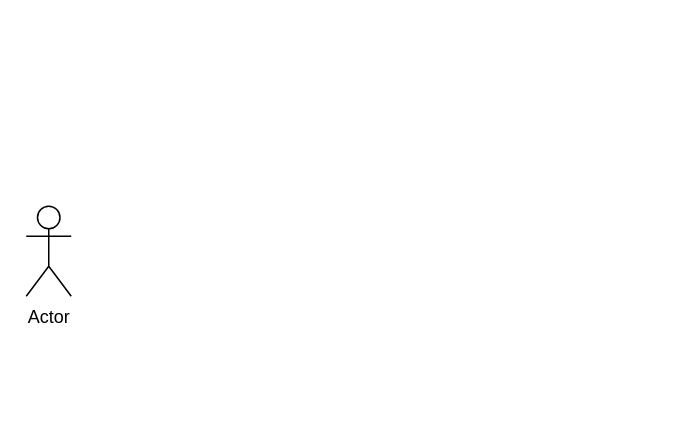
XingxingLiao/TEST keeps this draw.io diagram as Requirement_UseCase_Diagram.drawio. Above is the earlier version. Source tidied: cells renumbered, new cells numbered last; positions are measured from the earlier drawing's top-left corner, leaving out a move shared by most shapes. Both pictures are drawn from the tidied source at 150%, with x=0, y=0 at pixel (26, 206).
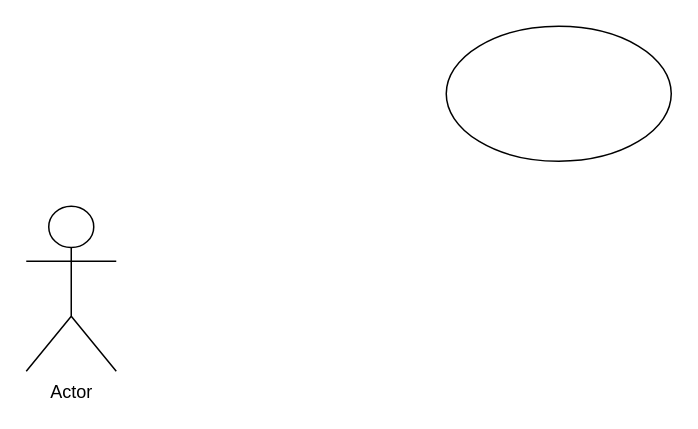
The same diagram, later.

Change to the diagram source:
```diff
@@
 <mxGraphModel>
   <root>
     <mxCell id="0" />
     <mxCell id="1" parent="0" />
     <mxCell id="2" value="Actor" style="shape=umlActor;verticalLabelPosition=bottom;verticalAlign=top;html=1;" parent="1" vertex="1">
-      <mxGeometry width="30" height="60" as="geometry" />
+      <mxGeometry width="60" height="110" as="geometry" />
     </mxCell>
+    <mxCell id="3" style="ellipse;whiteSpace=wrap;html=1;" parent="1" vertex="1">
+      <mxGeometry x="280" y="-120" width="150" height="90" as="geometry" />
+    </mxCell>
   </root>
 </mxGraphModel>
```
